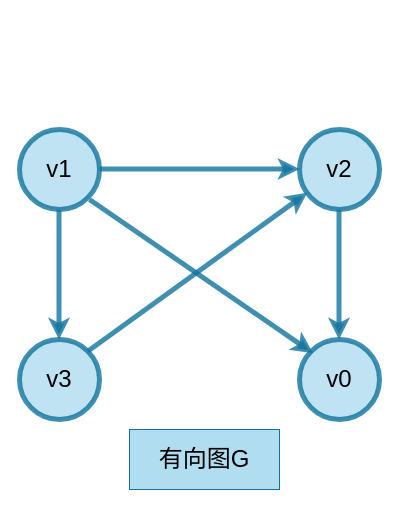
Before: 有向图1.drawio in SamPong/software, a draw.io diagram. Source tidied: cells renumbered, new cells numbered last; positions are measured from the earlier drawing's top-left corner, leaving out a move shared by most shapes. Both pictures are drawn from the tidied source at 100%, with x=0, y=0 at pixel (19, 129).
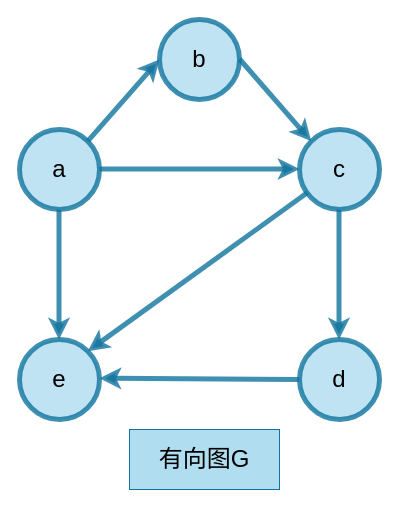
The same diagram, later.

Commit message:
更新有向图1.drawio

The edit, as a diff of the source:
```diff
@@
-    <mxCell id="2" value="&lt;font style=&quot;font-size: 24px;&quot;&gt;v1&lt;/font&gt;" style="ellipse;whiteSpace=wrap;html=1;strokeWidth=5;strokeColor=#10739e;shadow=0;opacity=80;snapToPoint=1;fixDash=0;backgroundOutline=0;fillColor=#b1ddf0;" parent="1" vertex="1">
+    <mxCell id="2" value="&lt;font style=&quot;font-size: 24px;&quot;&gt;a&lt;/font&gt;" style="ellipse;whiteSpace=wrap;html=1;strokeWidth=5;strokeColor=#10739e;shadow=0;opacity=80;snapToPoint=1;fixDash=0;backgroundOutline=0;fillColor=#b1ddf0;" parent="1" vertex="1">
       <mxGeometry width="80" height="80" as="geometry" />
     </mxCell>
-    <mxCell id="3" value="&lt;font style=&quot;font-size: 24px;&quot;&gt;v0&lt;/font&gt;" style="ellipse;whiteSpace=wrap;html=1;strokeWidth=5;strokeColor=#10739e;shadow=0;opacity=80;snapToPoint=1;fixDash=0;backgroundOutline=0;fillColor=#b1ddf0;" parent="1" vertex="1">
+    <mxCell id="3" value="&lt;font style=&quot;font-size: 24px;&quot;&gt;d&lt;/font&gt;" style="ellipse;whiteSpace=wrap;html=1;strokeWidth=5;strokeColor=#10739e;shadow=0;opacity=80;snapToPoint=1;fixDash=0;backgroundOutline=0;fillColor=#b1ddf0;" parent="1" vertex="1">
       <mxGeometry x="280" y="210" width="80" height="80" as="geometry" />
     </mxCell>
-    <mxCell id="4" value="&lt;font style=&quot;font-size: 24px;&quot;&gt;v3&lt;/font&gt;" style="ellipse;whiteSpace=wrap;html=1;strokeWidth=5;strokeColor=#10739e;shadow=0;opacity=80;snapToPoint=1;fixDash=0;backgroundOutline=0;fillColor=#b1ddf0;" parent="1" vertex="1">
+    <mxCell id="4" value="&lt;font style=&quot;font-size: 24px;&quot;&gt;e&lt;/font&gt;" style="ellipse;whiteSpace=wrap;html=1;strokeWidth=5;strokeColor=#10739e;shadow=0;opacity=80;snapToPoint=1;fixDash=0;backgroundOutline=0;fillColor=#b1ddf0;" parent="1" vertex="1">
       <mxGeometry y="210" width="80" height="80" as="geometry" />
     </mxCell>
-    <mxCell id="5" value="&lt;font style=&quot;font-size: 24px;&quot;&gt;v2&lt;/font&gt;" style="ellipse;whiteSpace=wrap;html=1;strokeWidth=5;strokeColor=#10739e;shadow=0;opacity=80;snapToPoint=1;fixDash=0;backgroundOutline=0;fillColor=#b1ddf0;" parent="1" vertex="1">
+    <mxCell id="5" value="&lt;font style=&quot;font-size: 24px;&quot;&gt;c&lt;/font&gt;" style="ellipse;whiteSpace=wrap;html=1;strokeWidth=5;strokeColor=#10739e;shadow=0;opacity=80;snapToPoint=1;fixDash=0;backgroundOutline=0;fillColor=#b1ddf0;" parent="1" vertex="1">
       <mxGeometry x="280" width="80" height="80" as="geometry" />
     </mxCell>
@@
-    <mxCell id="7" style="endArrow=classic;html=1;rounded=0;entryX=0;entryY=1;entryDx=0;entryDy=0;strokeWidth=5;strokeColor=#10739e;shadow=0;opacity=80;snapToPoint=1;fixDash=0;backgroundOutline=0;endFill=1;fillColor=#b1ddf0;startArrow=none;startFill=0;exitX=1;exitY=0;exitDx=0;exitDy=0;" parent="1" edge="1" source="4">
+    <mxCell id="7" style="endArrow=none;html=1;rounded=0;entryX=0;entryY=1;entryDx=0;entryDy=0;strokeWidth=5;strokeColor=#10739e;shadow=0;opacity=80;snapToPoint=1;fixDash=0;backgroundOutline=0;endFill=0;fillColor=#b1ddf0;startArrow=classic;startFill=1;exitX=1;exitY=0;exitDx=0;exitDy=0;" parent="1" edge="1" source="4">
       <mxGeometry relative="1" as="geometry">
         <mxPoint x="287.7" y="63.3" as="targetPoint" />
       </mxGeometry>
     </mxCell>
-    <mxCell id="8" style="endArrow=classic;html=1;rounded=0;exitX=1;exitY=1;exitDx=0;exitDy=0;strokeWidth=5;strokeColor=#10739e;shadow=0;opacity=80;snapToPoint=1;fixDash=0;backgroundOutline=0;endFill=1;fillColor=#b1ddf0;startArrow=none;startFill=0;" parent="1" edge="1">
+    <mxCell id="8" style="endArrow=classic;html=1;rounded=0;exitX=1;exitY=0;exitDx=0;exitDy=0;strokeWidth=5;strokeColor=#10739e;shadow=0;opacity=80;snapToPoint=1;fixDash=0;backgroundOutline=0;endFill=1;fillColor=#b1ddf0;startArrow=none;startFill=0;" parent="1" edge="1" source="2">
       <mxGeometry relative="1" as="geometry">
-        <mxPoint x="70" y="70" as="sourcePoint" />
-        <mxPoint x="293.6" y="223.7" as="targetPoint" />
+        <mxPoint x="140" y="-70" as="targetPoint" />
       </mxGeometry>
     </mxCell>
@@
+    <mxCell id="12" value="&lt;font style=&quot;font-size: 24px;&quot;&gt;b&lt;/font&gt;" style="ellipse;whiteSpace=wrap;html=1;strokeWidth=5;strokeColor=#10739e;shadow=0;opacity=80;fixDash=0;backgroundOutline=0;fillColor=#b1ddf0;" parent="1" vertex="1">
+      <mxGeometry x="140" y="-110" width="80" height="80" as="geometry" />
+    </mxCell>
+    <mxCell id="13" style="endArrow=classic;html=1;rounded=0;exitX=1;exitY=0.5;exitDx=0;exitDy=0;strokeWidth=5;strokeColor=#10739e;shadow=0;opacity=80;snapToPoint=1;fixDash=0;backgroundOutline=0;endFill=1;startArrow=none;startFill=0;fillColor=#b1ddf0;entryX=0;entryY=0;entryDx=0;entryDy=0;" parent="1" edge="1" target="5">
+      <mxGeometry relative="1" as="geometry">
+        <mxPoint x="220" y="-70.5" as="sourcePoint" />
+      </mxGeometry>
+    </mxCell>
+    <mxCell id="14" style="endArrow=none;html=1;rounded=0;entryX=0;entryY=0.5;entryDx=0;entryDy=0;strokeWidth=5;strokeColor=#10739e;shadow=0;opacity=80;snapToPoint=1;fixDash=0;backgroundOutline=0;endFill=0;fillColor=#b1ddf0;startArrow=classic;startFill=1;exitX=1;exitY=0;exitDx=0;exitDy=0;" parent="1" edge="1" target="3">
+      <mxGeometry relative="1" as="geometry">
+        <mxPoint x="80" y="248.7" as="sourcePoint" />
+      </mxGeometry>
+    </mxCell>
```
